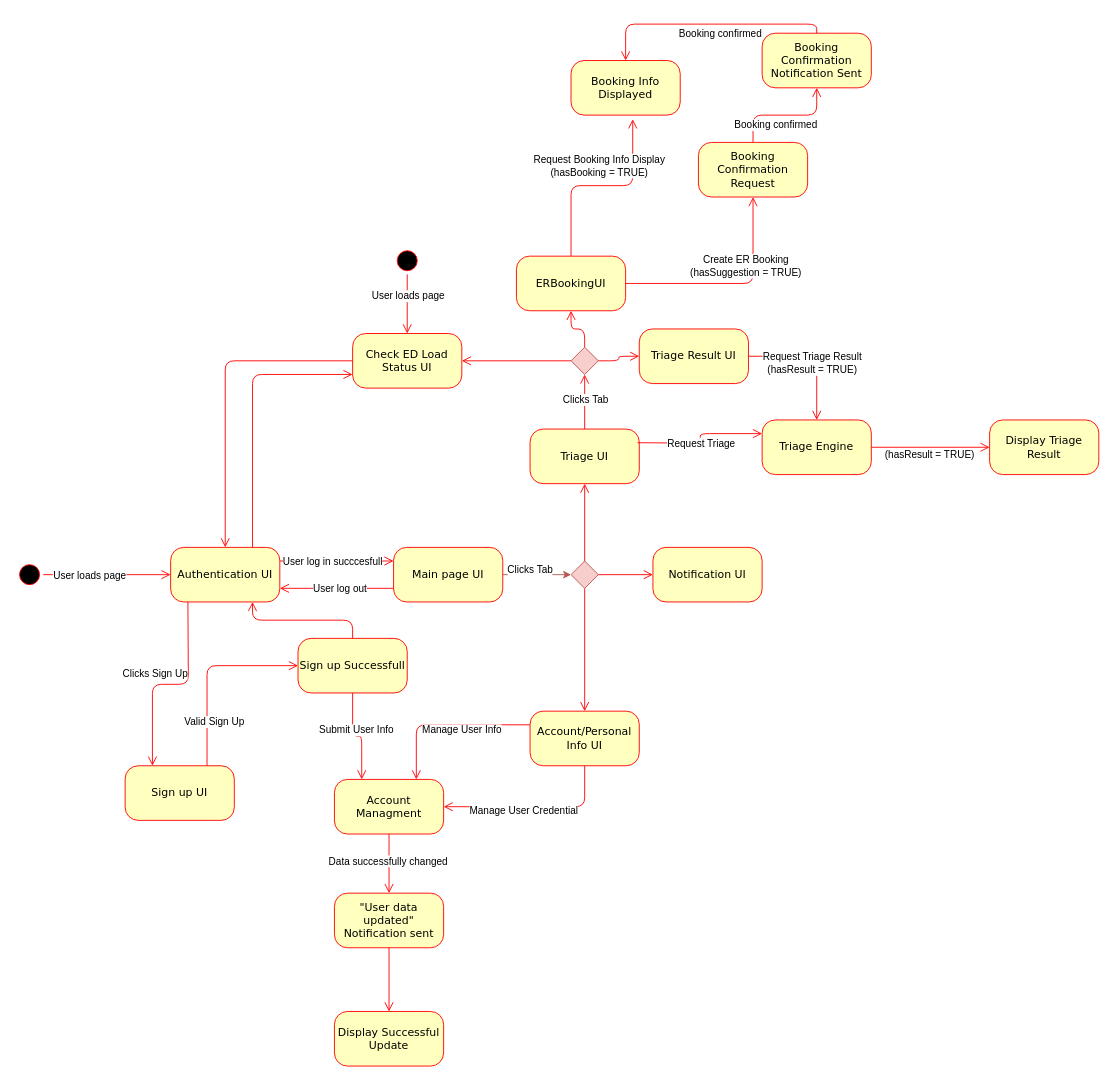
Earlier version of the draw.io diagram Drawio/Untitled Diagram.drawio (uvic-teach/project-m1-team8). Source tidied: cells renumbered, new cells numbered last; positions are measured from the earlier drawing's top-left corner, leaving out a move shared by most shapes. Both pictures are drawn from the tidied source at 91%, with x=0, y=0 at pixel (15, 33).
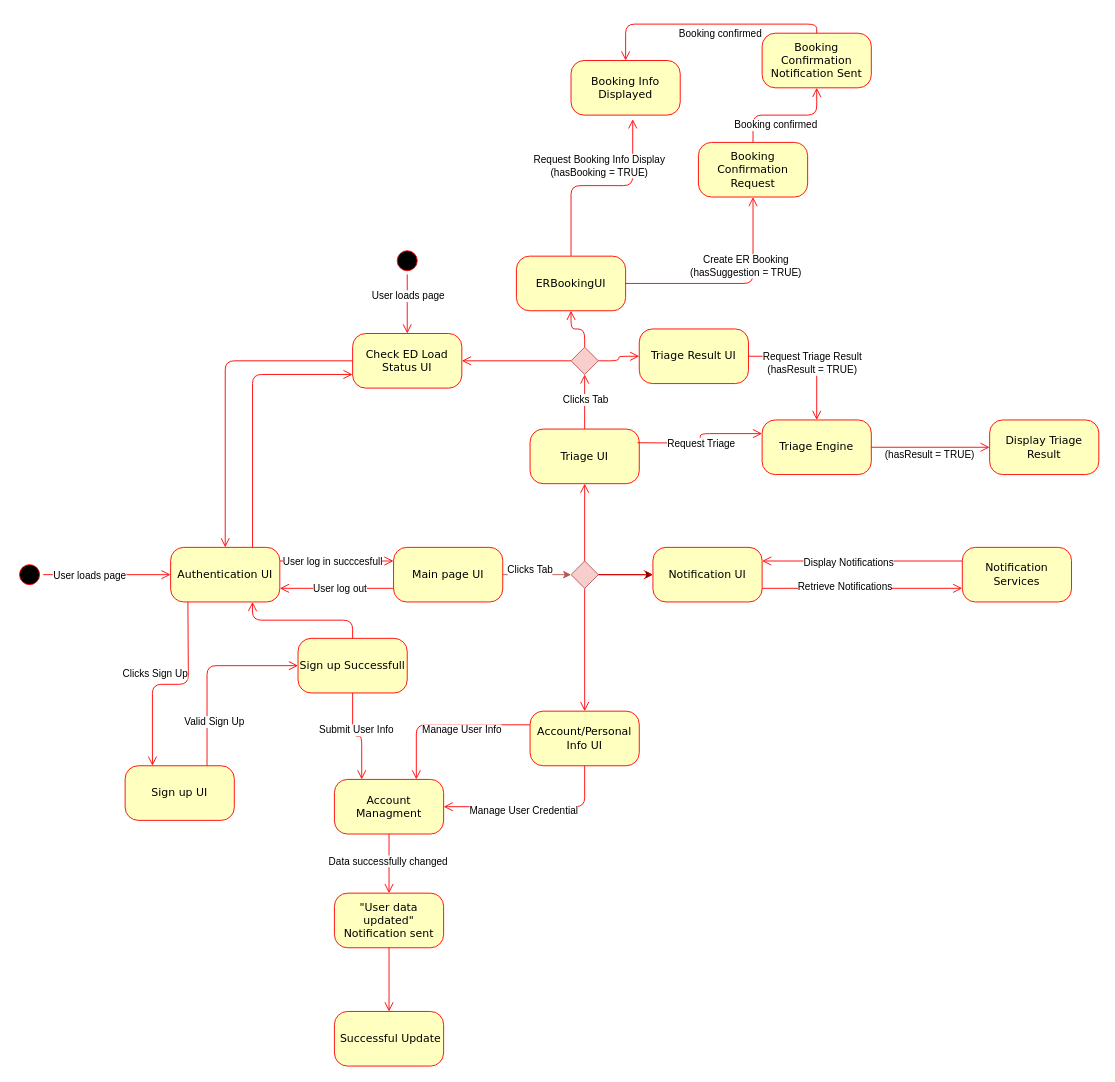
After the change.

Unchanged cells that the change refers to:
```xml
<mxCell id="30" style="rhombus;whiteSpace=wrap;html=1;fillColor=#f8cecc;strokeColor=#b85450;" parent="1" vertex="1">
  <mxGeometry x="610" y="580" width="30" height="30" as="geometry" />
</mxCell>
<mxCell id="70" value="Notification UI" style="rounded=1;whiteSpace=wrap;html=1;arcSize=24;fillColor=#ffffc0;strokeColor=#ff0000;shadow=0;comic=0;labelBackgroundColor=none;fontFamily=Verdana;fontSize=12;fontColor=#000000;align=center;" parent="1" vertex="1">
  <mxGeometry x="700" y="565" width="120" height="60" as="geometry" />
</mxCell>
```

The edit, as a diff of the source:
```diff
@@
+    <mxCell id="72" style="edgeStyle=orthogonalEdgeStyle;rounded=0;jettySize=auto;html=1;" parent="1" edge="1" source="30" target="70">
+      <mxGeometry relative="1" as="geometry" />
+    </mxCell>
@@
-    <mxCell id="69" value="Display Successful Update" style="rounded=1;whiteSpace=wrap;html=1;arcSize=24;fillColor=#ffffc0;strokeColor=#ff0000;shadow=0;comic=0;labelBackgroundColor=none;fontFamily=Verdana;fontSize=12;fontColor=#000000;align=center;" parent="1" vertex="1">
+    <mxCell id="69" value="&amp;nbsp;Successful Update" style="rounded=1;whiteSpace=wrap;html=1;arcSize=24;fillColor=#ffffc0;strokeColor=#ff0000;shadow=0;comic=0;labelBackgroundColor=none;fontFamily=Verdana;fontSize=12;fontColor=#000000;align=center;" parent="1" vertex="1">
       <mxGeometry x="350" y="1075" width="120" height="60" as="geometry" />
     </mxCell>
@@
+    <mxCell id="73" style="edgeStyle=orthogonalEdgeStyle;html=1;labelBackgroundColor=none;endArrow=open;endSize=8;strokeColor=#ff0000;fontFamily=Verdana;fontSize=12;align=left;exitX=1;exitY=0.75;exitDx=0;exitDy=0;entryX=0;entryY=0.75;entryDx=0;entryDy=0;" parent="1" edge="1" source="70" target="75">
+      <mxGeometry relative="1" as="geometry" />
+    </mxCell>
+    <mxCell id="74" value="Retrieve Notifications" style="edgeLabel;html=1;align=center;verticalAlign=middle;" parent="73" vertex="1">
+      <mxGeometry x="-0.55" y="3" relative="1" as="geometry">
+        <mxPoint x="41" as="offset" />
+      </mxGeometry>
+    </mxCell>
+    <mxCell id="75" value="Notification Services" style="rounded=1;whiteSpace=wrap;html=1;arcSize=24;fillColor=#ffffc0;strokeColor=#ff0000;shadow=0;comic=0;labelBackgroundColor=none;fontFamily=Verdana;fontSize=12;fontColor=#000000;align=center;" parent="1" vertex="1">
+      <mxGeometry x="1040" y="565" width="120" height="60" as="geometry" />
+    </mxCell>
+    <mxCell id="76" style="edgeStyle=orthogonalEdgeStyle;html=1;labelBackgroundColor=none;endArrow=open;endSize=8;strokeColor=#ff0000;fontFamily=Verdana;fontSize=12;align=left;exitX=0;exitY=0.25;exitDx=0;exitDy=0;entryX=1;entryY=0.25;entryDx=0;entryDy=0;" parent="1" edge="1" source="75" target="70">
+      <mxGeometry relative="1" as="geometry" />
+    </mxCell>
+    <mxCell id="77" value="Display Notifications" style="edgeLabel;html=1;align=center;verticalAlign=middle;" parent="76" vertex="1">
+      <mxGeometry x="0.4" y="1" relative="1" as="geometry">
+        <mxPoint x="28" as="offset" />
+      </mxGeometry>
+    </mxCell>
```
